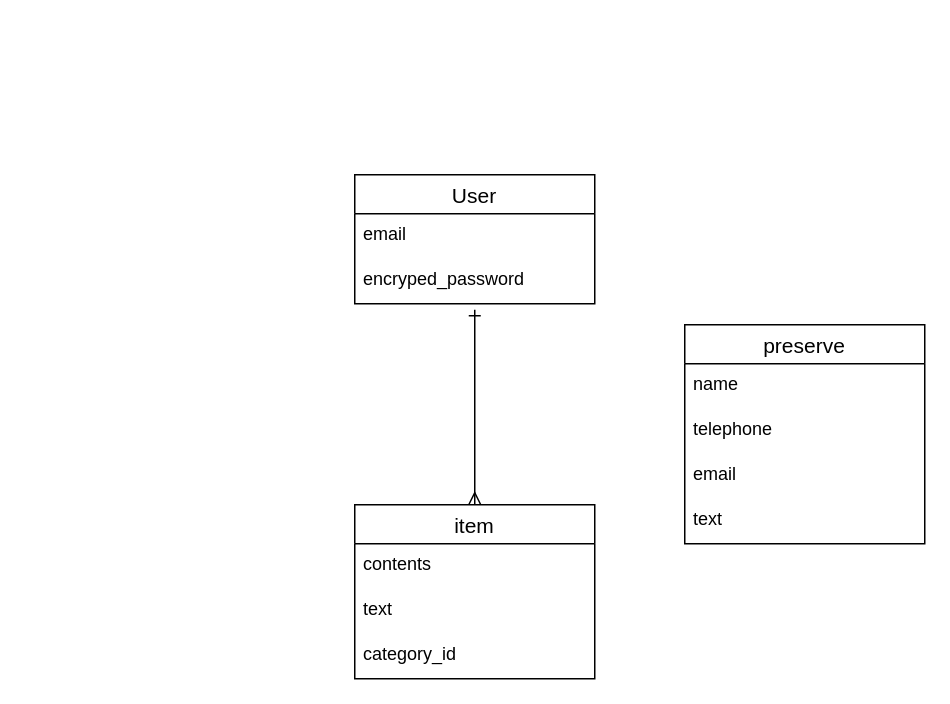
Earlier version of the draw.io diagram config/pikku_onnea.dio (sugiryota/cafe). Source tidied: cells renumbered, new cells numbered last; positions are measured from the earlier drawing's top-left corner, leaving out a move shared by most shapes. Both pictures are drawn from the tidied source at 150%, with x=0, y=0 at pixel (354, 174).
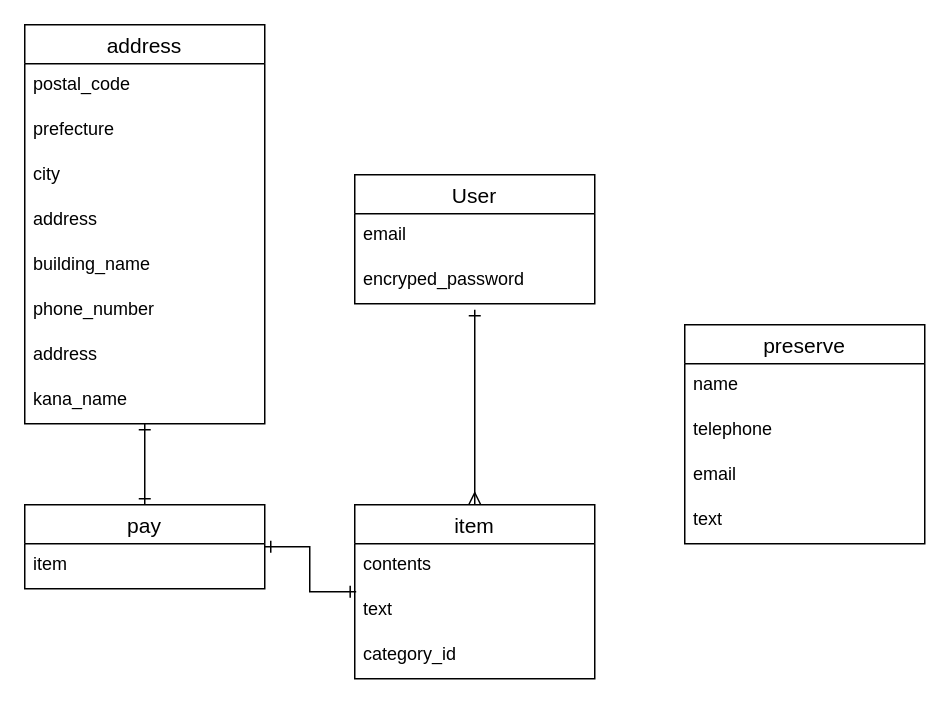
The same page after the edit.

The change refers to these unchanged cells:
```xml
<mxCell id="8" value="text" style="text;strokeColor=none;fillColor=none;spacingLeft=4;spacingRight=4;overflow=hidden;points=[[0,0.5],[1,0.5]];portConstraint=eastwest;fontSize=12;" parent="6" vertex="1">
  <mxGeometry y="56" width="160" height="30" as="geometry" />
</mxCell>
```

Diff of the diagram source:
```diff
@@
+    <mxCell id="15" style="edgeStyle=orthogonalEdgeStyle;rounded=0;jettySize=auto;html=1;entryX=0.006;entryY=0.067;entryDx=0;entryDy=0;entryPerimeter=0;startArrow=ERone;startFill=0;endArrow=ERone;endFill=0;" parent="1" edge="1" source="16" target="8">
+      <mxGeometry relative="1" as="geometry" />
+    </mxCell>
+    <mxCell id="16" value="pay" style="swimlane;fontStyle=0;horizontal=1;startSize=26;align=center;fontSize=14;" parent="1" vertex="1">
+      <mxGeometry x="-220" y="220" width="160" height="56" as="geometry" />
+    </mxCell>
+    <mxCell id="17" value="item" style="text;strokeColor=none;fillColor=none;spacingLeft=4;spacingRight=4;overflow=hidden;fontSize=12;" parent="16" vertex="1">
+      <mxGeometry y="26" width="160" height="30" as="geometry" />
+    </mxCell>
+    <mxCell id="18" style="edgeStyle=orthogonalEdgeStyle;rounded=0;jettySize=auto;html=1;entryX=0.5;entryY=0;entryDx=0;entryDy=0;startArrow=ERone;startFill=0;endArrow=ERone;endFill=0;" parent="1" edge="1" source="19" target="16">
+      <mxGeometry relative="1" as="geometry" />
+    </mxCell>
+    <mxCell id="19" value="address" style="swimlane;fontStyle=0;horizontal=1;startSize=26;align=center;fontSize=14;" parent="1" vertex="1">
+      <mxGeometry x="-220" y="-100" width="160" height="266" as="geometry" />
+    </mxCell>
+    <mxCell id="20" value="postal_code" style="text;strokeColor=none;fillColor=none;spacingLeft=4;spacingRight=4;overflow=hidden;fontSize=12;" parent="19" vertex="1">
+      <mxGeometry y="26" width="160" height="30" as="geometry" />
+    </mxCell>
+    <mxCell id="21" value="prefecture" style="text;strokeColor=none;fillColor=none;spacingLeft=4;spacingRight=4;overflow=hidden;fontSize=12;" parent="19" vertex="1">
+      <mxGeometry y="56" width="160" height="30" as="geometry" />
+    </mxCell>
+    <mxCell id="22" value="city" style="text;strokeColor=none;fillColor=none;spacingLeft=4;spacingRight=4;overflow=hidden;fontSize=12;" parent="19" vertex="1">
+      <mxGeometry y="86" width="160" height="30" as="geometry" />
+    </mxCell>
+    <mxCell id="23" value="address" style="text;strokeColor=none;fillColor=none;spacingLeft=4;spacingRight=4;overflow=hidden;fontSize=12;" parent="19" vertex="1">
+      <mxGeometry y="116" width="160" height="30" as="geometry" />
+    </mxCell>
+    <mxCell id="24" value="building_name" style="text;strokeColor=none;fillColor=none;spacingLeft=4;spacingRight=4;overflow=hidden;fontSize=12;" parent="19" vertex="1">
+      <mxGeometry y="146" width="160" height="30" as="geometry" />
+    </mxCell>
+    <mxCell id="25" value="phone_number" style="text;strokeColor=none;fillColor=none;spacingLeft=4;spacingRight=4;overflow=hidden;fontSize=12;" parent="19" vertex="1">
+      <mxGeometry y="176" width="160" height="30" as="geometry" />
+    </mxCell>
+    <mxCell id="26" value="address" style="text;strokeColor=none;fillColor=none;spacingLeft=4;spacingRight=4;overflow=hidden;fontSize=12;" parent="19" vertex="1">
+      <mxGeometry y="206" width="160" height="30" as="geometry" />
+    </mxCell>
+    <mxCell id="27" value="kana_name" style="text;strokeColor=none;fillColor=none;spacingLeft=4;spacingRight=4;overflow=hidden;fontSize=12;" parent="19" vertex="1">
+      <mxGeometry y="236" width="160" height="30" as="geometry" />
+    </mxCell>
```
